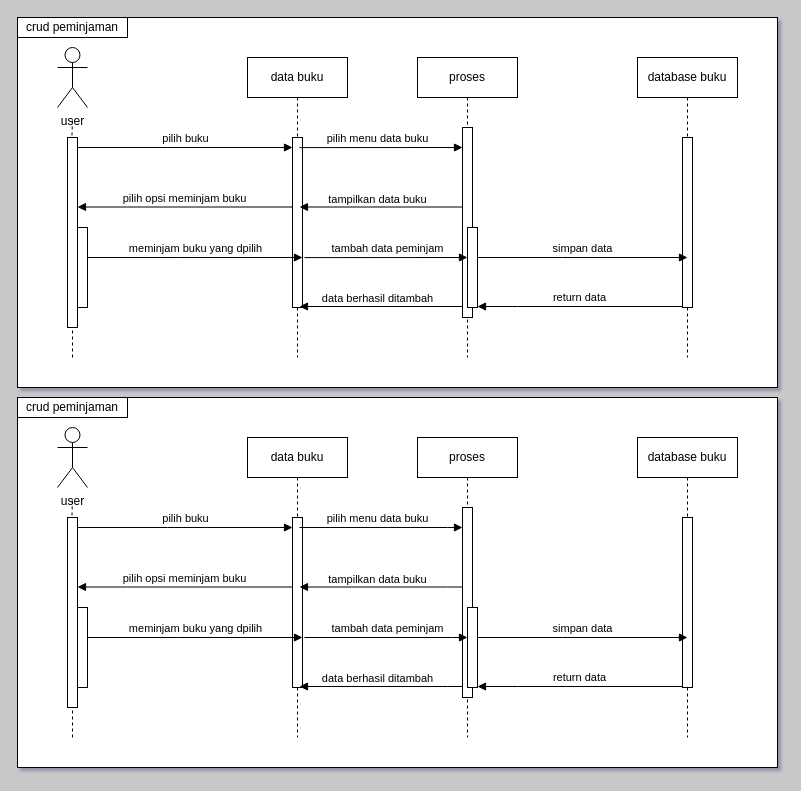
This is Untitled Diagram.drawio from htmledan/Shell-script-gugugaga, a draw.io file, before an edit. Source tidied: cells renumbered, new cells numbered last; positions are measured from the earlier drawing's top-left corner, leaving out a move shared by most shapes. Both pictures are drawn from the tidied source at 100%, with x=0, y=0 at pixel (17, 17).
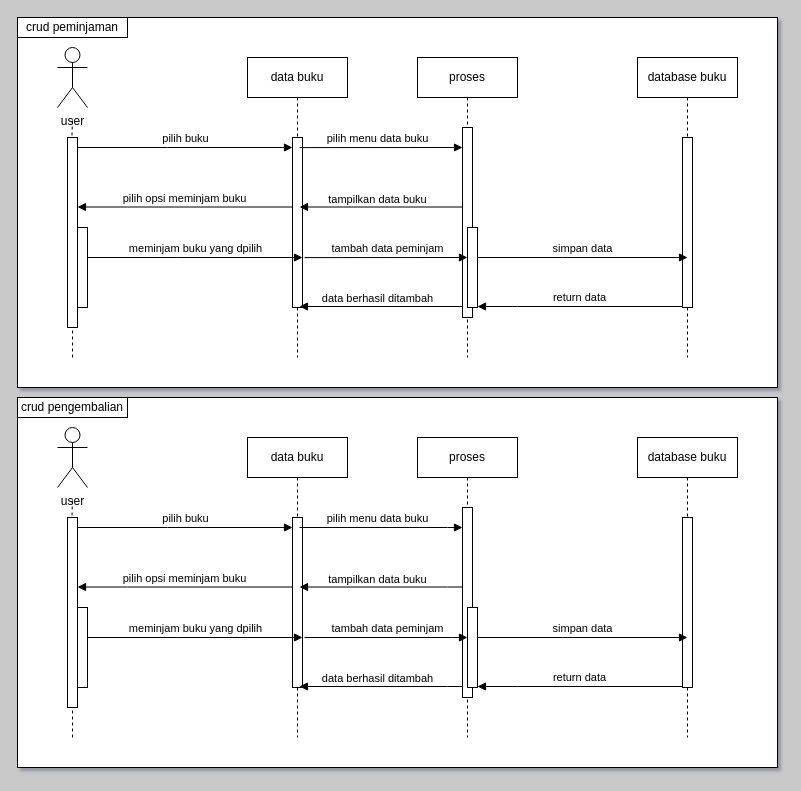
Above is the later version.

Change to the diagram source:
```diff
@@
-    <mxCell id="42" value="crud peminjaman" style="rounded=0;whiteSpace=wrap;html=1;" parent="1" vertex="1">
+    <mxCell id="42" value="crud pengembalian" style="rounded=0;whiteSpace=wrap;html=1;" parent="1" vertex="1">
       <mxGeometry y="380" width="110" height="20" as="geometry" />
     </mxCell>
```
